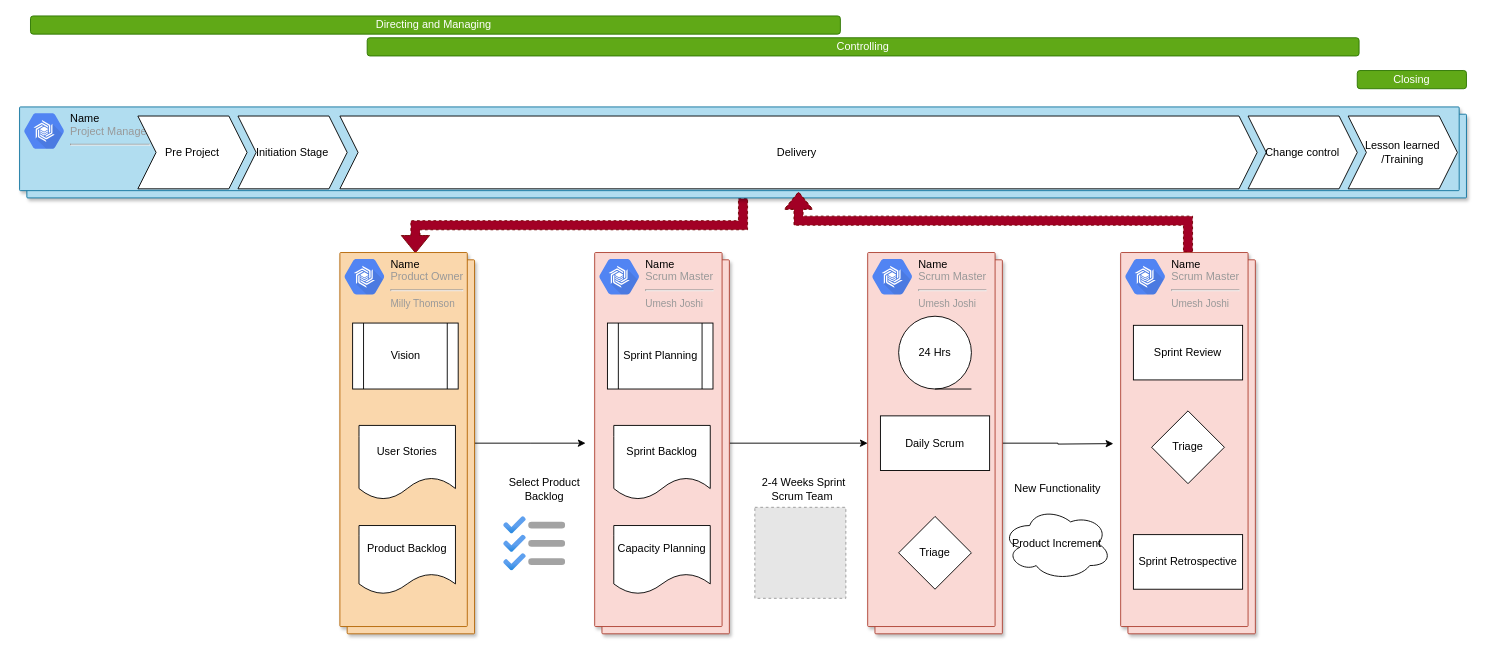
Above: Untitled Diagram.drawio in Umesh9joshi/Umesh (draw.io), before the change. Source tidied: cells renumbered, new cells numbered last; positions are measured from the earlier drawing's top-left corner, leaving out a move shared by most shapes. Both pictures are drawn from the tidied source at 91%, with x=0, y=0 at pixel (19, 15). Pictures stored in the file or linked from it are replaced by grey dashed boxes.
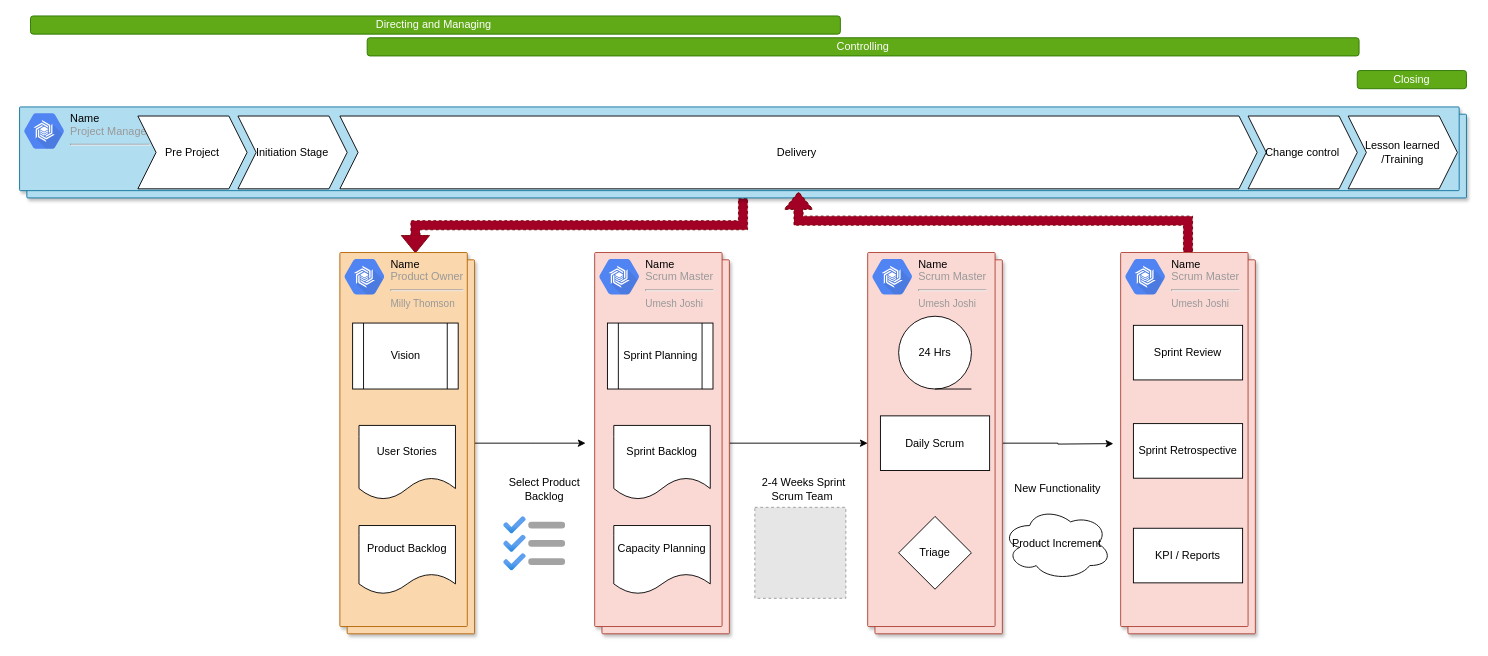
The same diagram, later.

Unchanged cells that the change refers to:
```xml
<mxCell id="34" style="shape=mxgraph.gcp2.doubleRect;strokeColor=#ae4132;shadow=1;strokeWidth=1;fillColor=#fad9d5;" parent="1" vertex="1">
  <mxGeometry x="1210" y="260" width="148" height="419" as="geometry" />
</mxCell>
```

Diff of the diagram source:
```diff
@@
-    <mxCell id="36" value="Triage" style="rhombus;whiteSpace=wrap;html=1;" parent="34" vertex="1">
-      <mxGeometry x="34" y="174" width="80" height="80" as="geometry" />
-    </mxCell>
@@
     <mxCell id="38" value="Sprint Retrospective" style="rounded=0;whiteSpace=wrap;html=1;" parent="34" vertex="1">
-      <mxGeometry x="14" y="310" width="120" height="60" as="geometry" />
+      <mxGeometry x="14" y="188" width="120" height="60" as="geometry" />
     </mxCell>
+    <mxCell id="43" value="KPI / Reports" style="rounded=0;whiteSpace=wrap;html=1;" parent="34" vertex="1">
+      <mxGeometry x="14" y="303" width="120" height="60" as="geometry" />
+    </mxCell>
```
